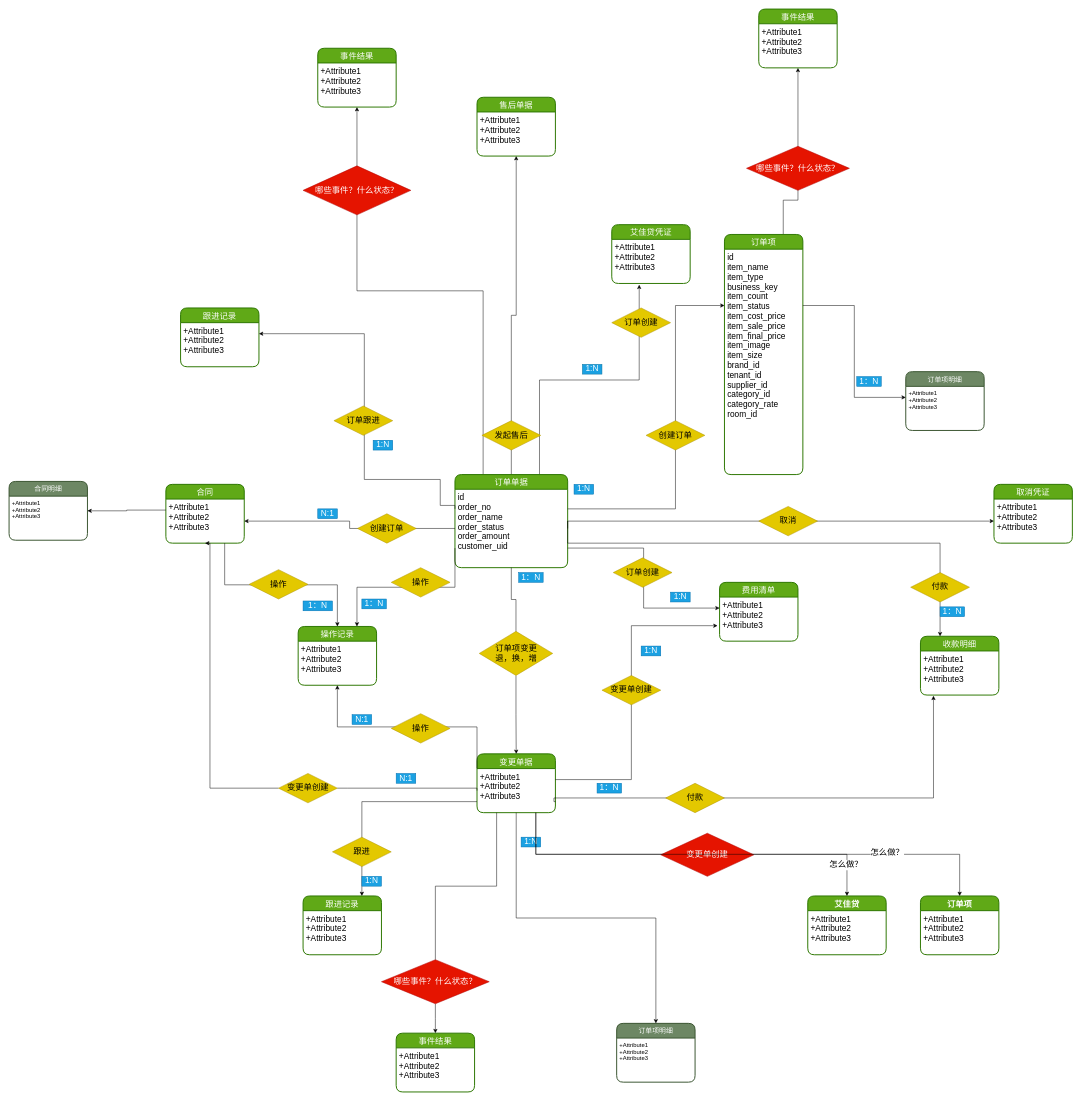
This is 平台2.0/艾佳2.0订单领域实体设计.drawio from Msimplehub/abbysun, a draw.io file, before an edit. Source tidied: cells renumbered, new cells numbered last; positions are measured from the earlier drawing's top-left corner, leaving out a move shared by most shapes. Both pictures are drawn from the tidied source at 49%, with x=0, y=0 at pixel (9, 9).
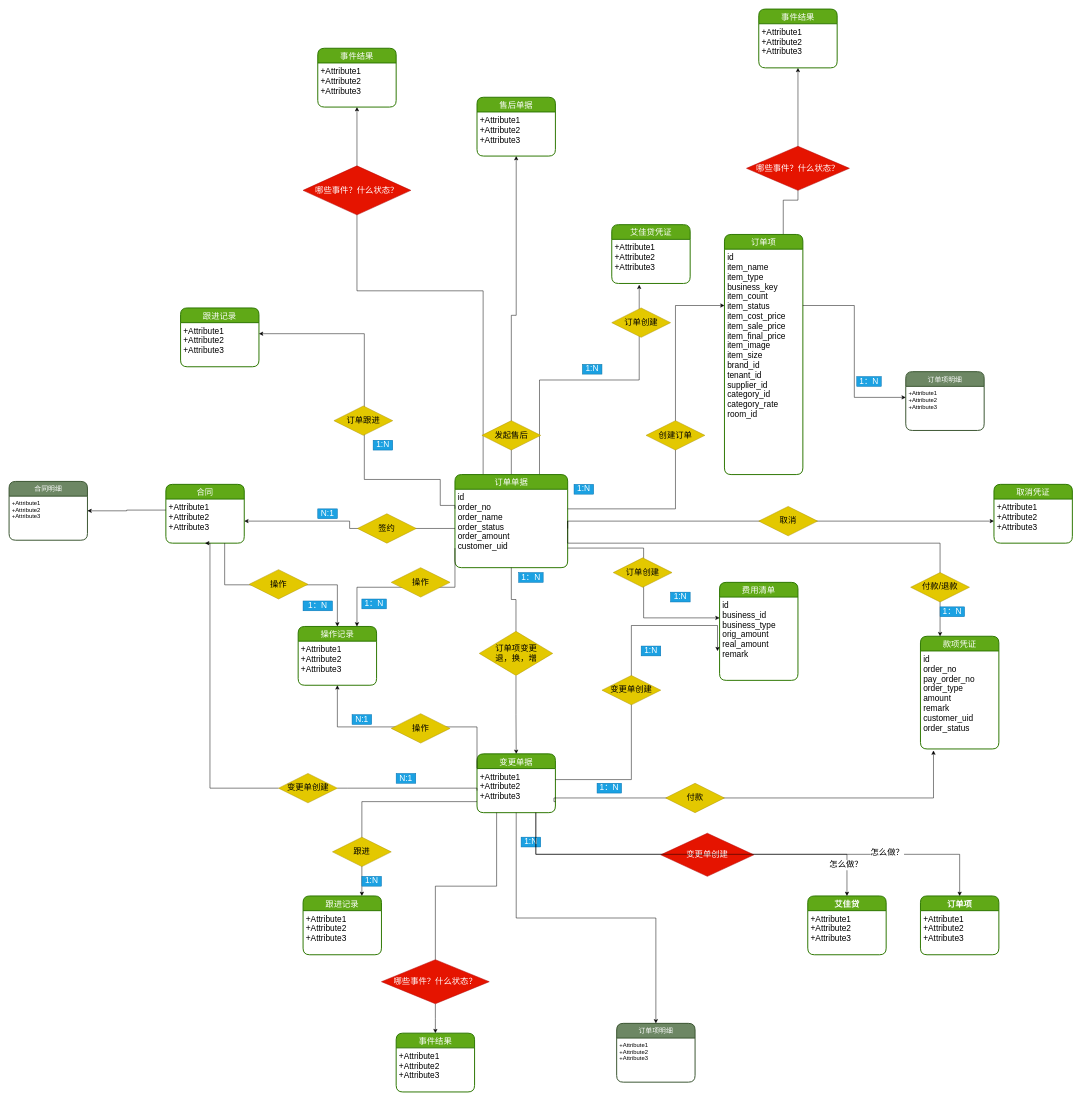
The same diagram, later.

Commit message:
更新艾佳2.0订单领域实体设计.drawio

Diff of the diagram source:
```diff
@@
-    <mxCell id="25" value="创建订单" style="shape=rhombus;perimeter=rhombusPerimeter;whiteSpace=wrap;html=1;align=center;fontSize=17;fillColor=#e3c800;strokeColor=#B09500;fontColor=#000000;" parent="1" vertex="1">
+    <mxCell id="25" value="签约" style="shape=rhombus;perimeter=rhombusPerimeter;whiteSpace=wrap;html=1;align=center;fontSize=17;fillColor=#e3c800;strokeColor=#B09500;fontColor=#000000;" parent="1" vertex="1">
       <mxGeometry x="711" y="1030" width="120" height="60" as="geometry" />
     </mxCell>
@@
-    <mxCell id="42" value="收款明细" style="swimlane;horizontal=1;startSize=30;rounded=1;fontSize=17;fontStyle=0;strokeWidth=2;shadow=0;dashed=0;align=center;fillColor=#60a917;strokeColor=#2D7600;fontColor=#ffffff;" parent="1" vertex="1">
-      <mxGeometry x="1860" y="1280" width="160" height="120" as="geometry" />
+    <mxCell id="42" value="款项凭证" style="swimlane;horizontal=1;startSize=30;rounded=1;fontSize=17;fontStyle=0;strokeWidth=2;shadow=0;dashed=0;align=center;fillColor=#60a917;strokeColor=#2D7600;fontColor=#ffffff;" parent="1" vertex="1">
+      <mxGeometry x="1860" y="1280" width="160" height="230" as="geometry" />
     </mxCell>
-    <mxCell id="43" value="+Attribute1&#10;+Attribute2&#10;+Attribute3" style="align=left;strokeColor=none;fillColor=none;spacingLeft=4;fontSize=17;verticalAlign=top;" parent="42" vertex="1">
-      <mxGeometry y="30" width="160" height="90" as="geometry" />
+    <mxCell id="43" value="id&#10;order_no&#10;pay_order_no&#10;order_type&#10;amount&#10;remark&#10;customer_uid&#10;order_status" style="align=left;strokeColor=none;fillColor=none;spacingLeft=4;fontSize=17;verticalAlign=top;" parent="42" vertex="1">
+      <mxGeometry y="30" width="160" height="200" as="geometry" />
     </mxCell>
@@
-    <mxCell id="46" value="付款" style="shape=rhombus;perimeter=rhombusPerimeter;whiteSpace=wrap;html=1;align=center;fontSize=17;fillColor=#e3c800;strokeColor=#B09500;fontColor=#000000;" parent="1" vertex="1">
+    <mxCell id="46" value="付款/退款" style="shape=rhombus;perimeter=rhombusPerimeter;whiteSpace=wrap;html=1;align=center;fontSize=17;fillColor=#e3c800;strokeColor=#B09500;fontColor=#000000;" parent="1" vertex="1">
       <mxGeometry x="1840" y="1150" width="120" height="60" as="geometry" />
     </mxCell>
@@
     <mxCell id="50" value="费用清单" style="swimlane;horizontal=1;startSize=30;rounded=1;fontSize=17;fontStyle=0;strokeWidth=2;shadow=0;dashed=0;align=center;fillColor=#60a917;strokeColor=#2D7600;fontColor=#ffffff;" parent="1" vertex="1">
-      <mxGeometry x="1450" y="1170" width="160" height="120" as="geometry" />
+      <mxGeometry x="1450" y="1170" width="160" height="200" as="geometry" />
     </mxCell>
-    <mxCell id="51" value="+Attribute1&#10;+Attribute2&#10;+Attribute3" style="align=left;strokeColor=none;fillColor=none;spacingLeft=4;fontSize=17;verticalAlign=top;" parent="50" vertex="1">
-      <mxGeometry y="30" width="160" height="90" as="geometry" />
+    <mxCell id="51" value="id&#10;business_id&#10;business_type&#10;orig_amount&#10;real_amount&#10;remark&#10;&#10;" style="align=left;strokeColor=none;fillColor=none;spacingLeft=4;fontSize=17;verticalAlign=top;" parent="50" vertex="1">
+      <mxGeometry y="30" width="160" height="170" as="geometry" />
     </mxCell>
```
